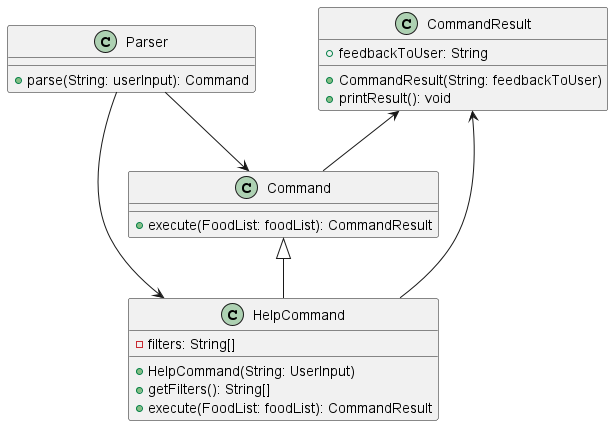
Above: docs/images/HelpCommandClassDiagram.png in tsx0314/tp (PlantUML), before the change.
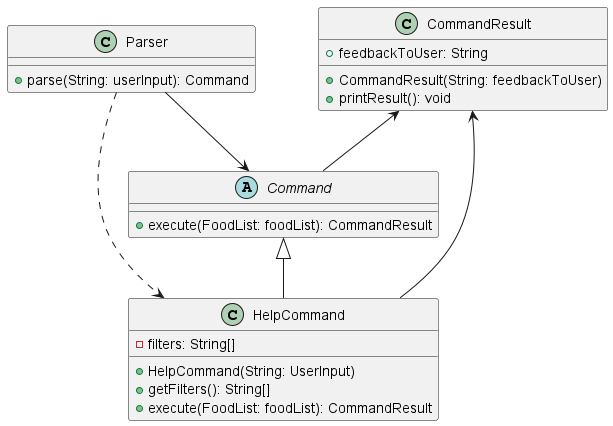
The same file after the commit.

Change to the diagram source:
```diff
@@ -1,13 +1,13 @@
 @startuml
 
-Parser --> HelpCommand
+Parser ..> HelpCommand
 Parser --> Command
 class Parser {
     +parse(String: userInput): Command
 }
 
 CommandResult <-- Command
-class Command {
+abstract class Command {
     +execute(FoodList: foodList): CommandResult
 }
 
```
